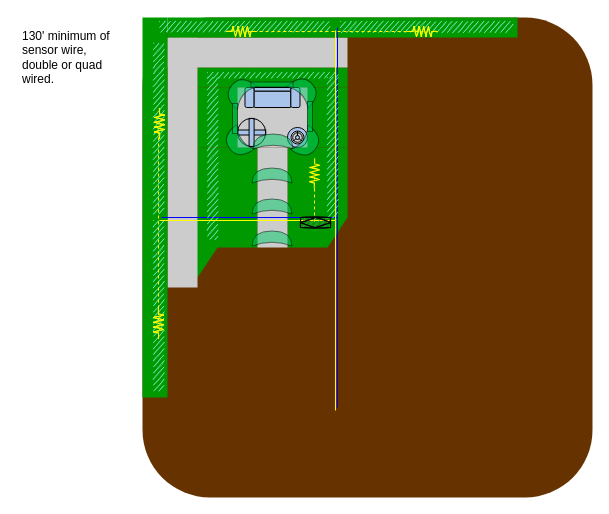
The draw.io diagram Untitled Diagram.drawio in MKlimuszka/Smart_Home, before the edit. Source tidied: cells renumbered, new cells numbered last; positions are measured from the earlier drawing's top-left corner, leaving out a move shared by most shapes. Both pictures are drawn from the tidied source at 100%, with x=0, y=0 at pixel (17, 17).
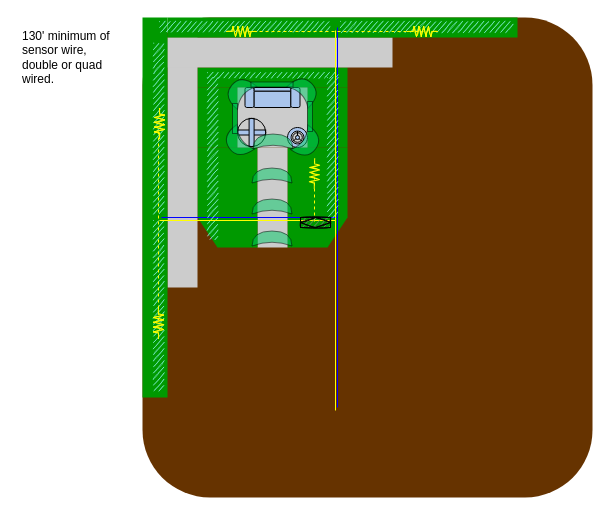
Above is the later version.

Unchanged cells that the change refers to:
```xml
<mxCell id="4" style="group;" parent="3" vertex="1">
  <mxGeometry x="125" width="375" height="380" as="geometry" />
</mxCell>
```

The edit, as a diff of the source:
```diff
@@
-    <mxCell id="10" style="rounded=0;whiteSpace=wrap;html=1;fillColor=#009900;strokeColor=none;" parent="4" vertex="1">
-      <mxGeometry x="55" y="200" width="60" height="30" as="geometry" />
-    </mxCell>
@@
     <mxCell id="13" style="rhombus;whiteSpace=wrap;html=1;fillColor=#009900;strokeColor=none;" parent="4" vertex="1">
-      <mxGeometry x="35" y="200" width="40" height="60" as="geometry" />
+      <mxGeometry x="55" y="170" width="40" height="60" as="geometry" />
     </mxCell>
@@
     <mxCell id="17" style="rounded=0;whiteSpace=wrap;html=1;fillColor=#CCCCCC;strokeColor=none;" parent="4" vertex="1">
-      <mxGeometry x="25" y="20" width="180" height="30" as="geometry" />
+      <mxGeometry x="25" y="20" width="225" height="30" as="geometry" />
     </mxCell>
@@
+    <mxCell id="61" style="rounded=0;whiteSpace=wrap;html=1;fillColor=#009900;strokeColor=none;" parent="4" vertex="1">
+      <mxGeometry x="75" y="200" width="40" height="30" as="geometry" />
+    </mxCell>
```
